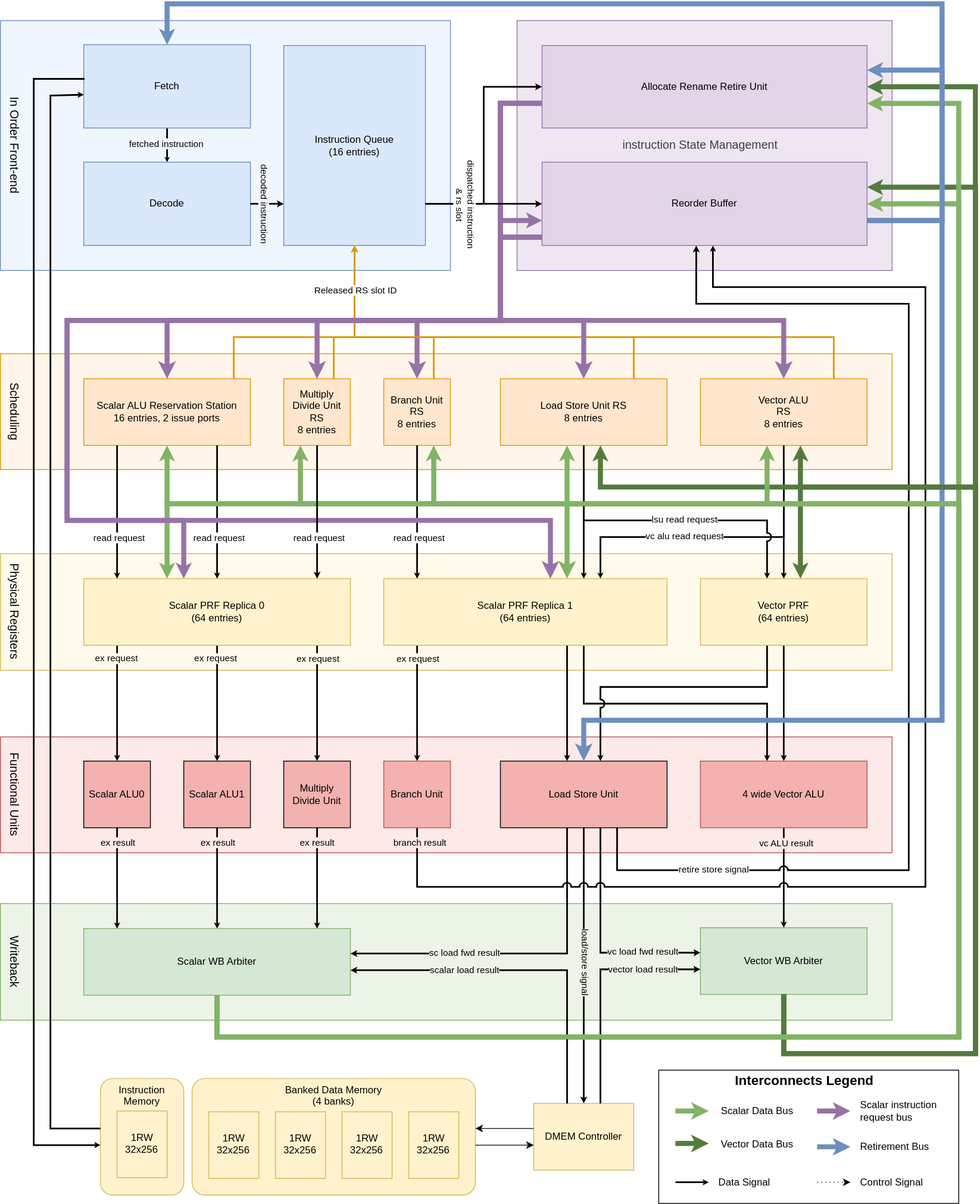
Above: doc/block_diagram.drawio.svg in Ajsat3801/RISCV-SIMD_Processor (draw.io), before the change. Source tidied: cells renumbered, new cells last; positions are measured from the earlier drawing's top-left corner, leaving out a move shared by most shapes.
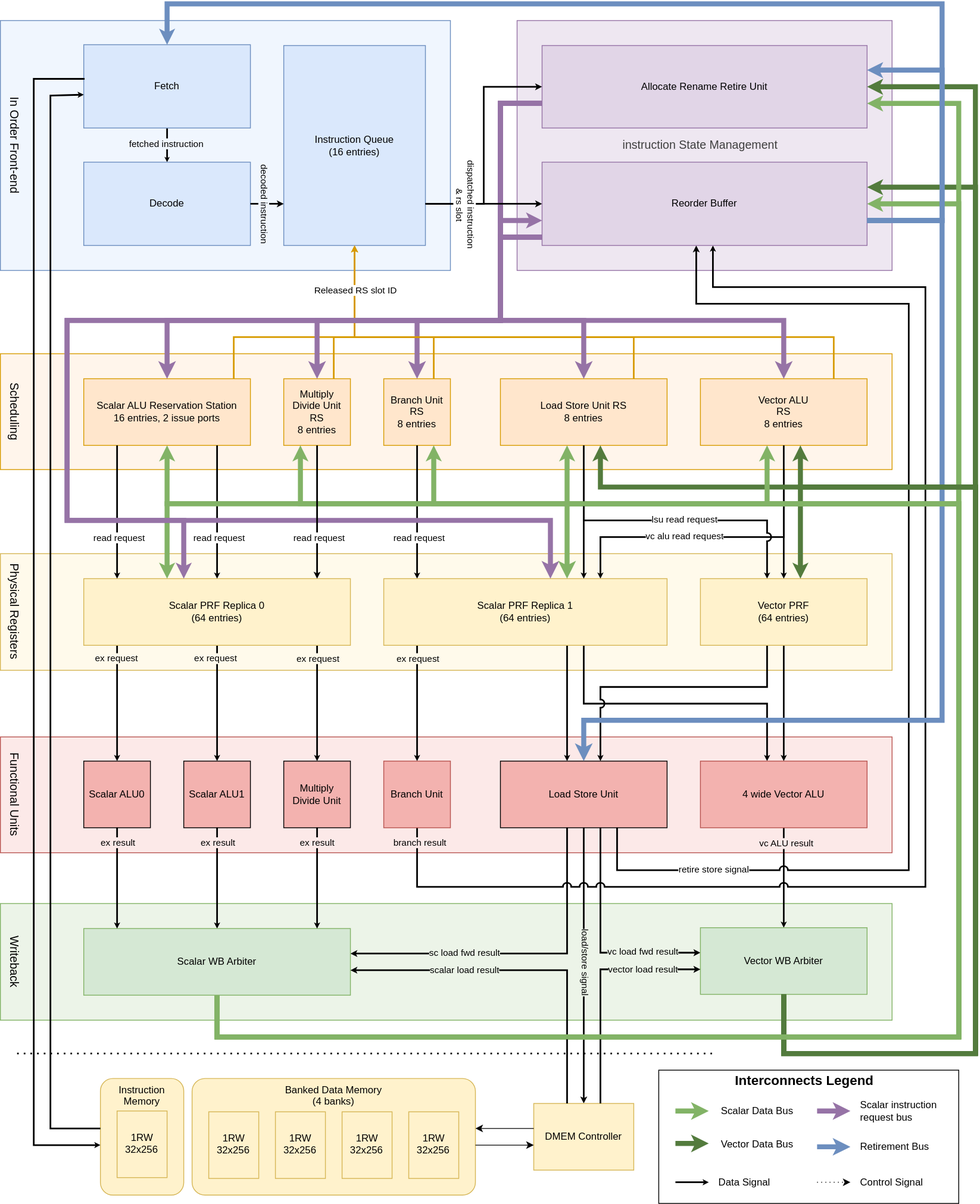
The same diagram one commit later.

Change to the diagram source:
```diff
@@ -710,5 +710,14 @@
     <mxCell id="140" value="32x256&lt;div&gt;1RW&lt;/div&gt;" style="rounded=0;whiteSpace=wrap;html=1;textDirection=vertical-lr;fillColor=#fff2cc;strokeColor=#d6b656;horizontal=0;" parent="1" vertex="1">
       <mxGeometry x="140" y="1329" width="60" height="80" as="geometry" />
     </mxCell>
+    <mxCell id="141" style="endArrow=none;dashed=1;html=1;dashPattern=1 3;strokeWidth=2;" parent="1" edge="1">
+      <mxGeometry relative="1" as="geometry">
+        <mxPoint x="20" y="1260" as="sourcePoint" />
+        <mxPoint x="860" y="1260" as="targetPoint" />
+        <Array as="points">
+          <mxPoint x="440" y="1260" />
+        </Array>
+      </mxGeometry>
+    </mxCell>
   </root>
 </mxGraphModel>
```
